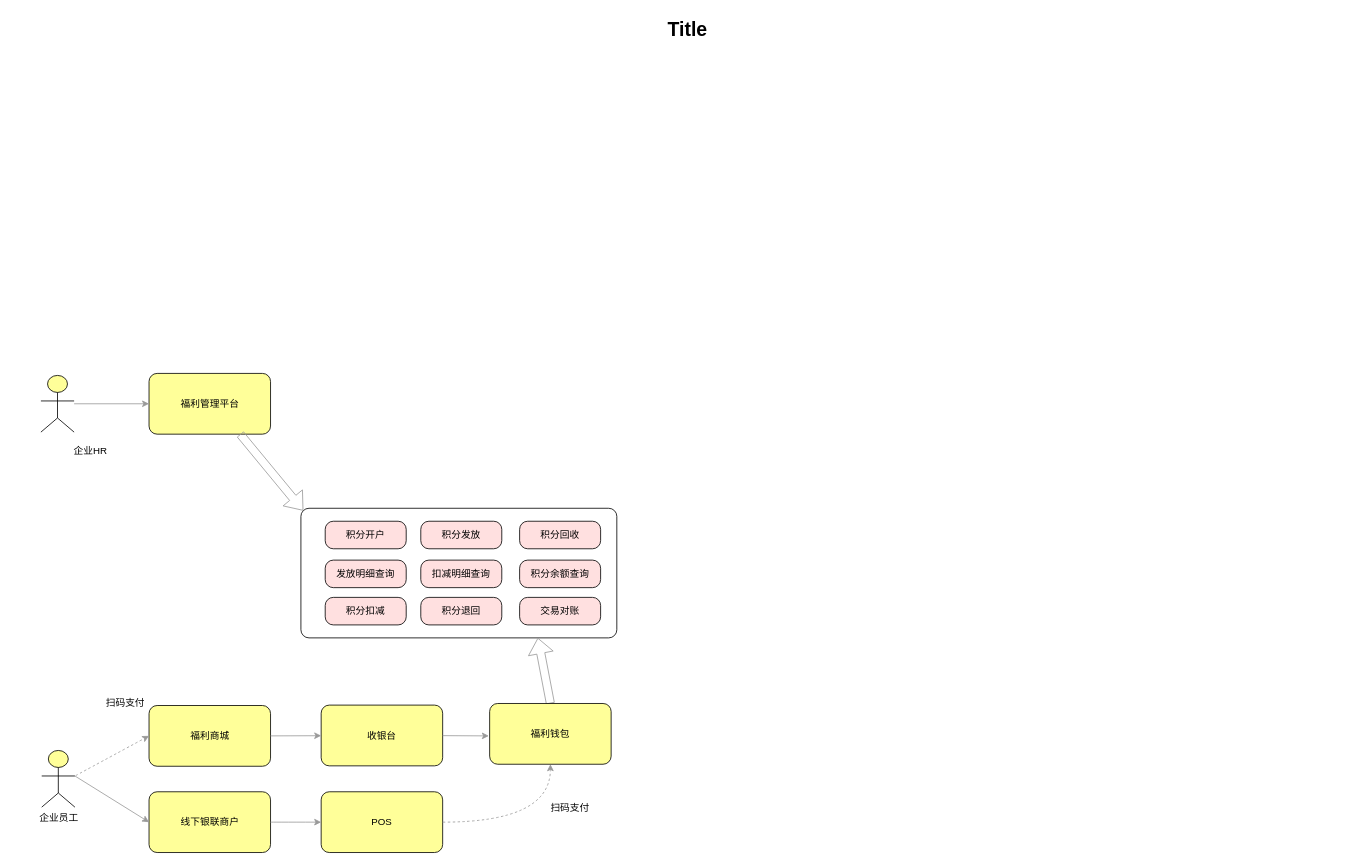
zzfox/pinpoint-issue keeps this draw.io diagram as 20180612-1708/gf-arch.drawio. Above is the earlier version. Source tidied: cells renumbered, new cells numbered last; positions are measured from the earlier drawing's top-left corner, leaving out a move shared by most shapes. Both pictures are drawn from the tidied source at 81%, with x=0, y=0 at pixel (33, 14).
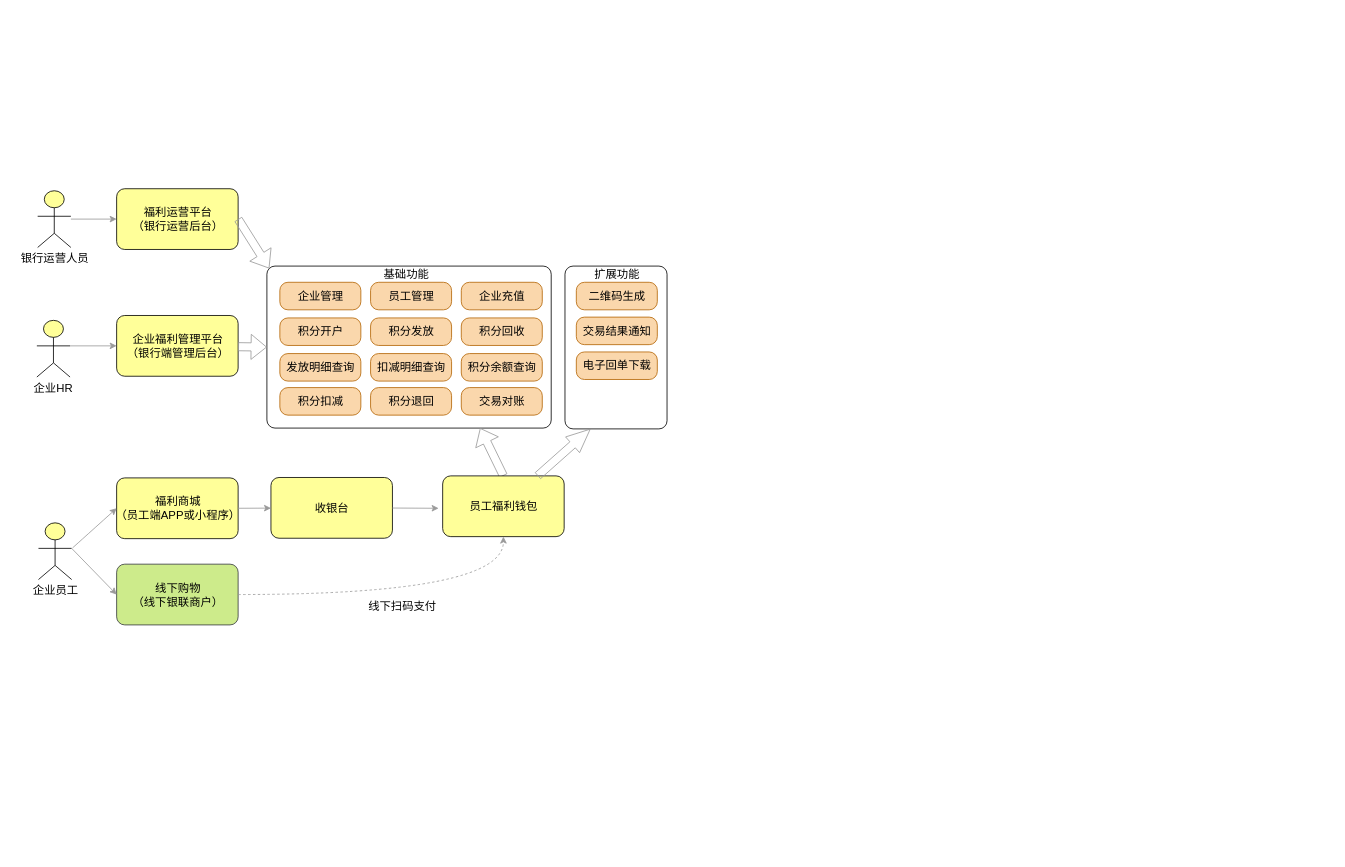
The same page after the edit.

Diff of the diagram source:
```diff
@@
-    <mxCell id="2" style="html=1;whiteSpace=wrap;fillColor=#ffff99;shape=mxgraph.archimate3.actor;fontSize=14;" parent="1" vertex="1">
-      <mxGeometry x="9" y="446" width="41" height="70" as="geometry" />
+    <mxCell id="2" style="html=1;fillColor=#ffff99;shape=mxgraph.archimate3.actor;fontSize=14;fontFamily=Helvetica;" parent="1" vertex="1">
+      <mxGeometry x="5" y="218" width="41" height="70" as="geometry" />
     </mxCell>
-    <mxCell id="3" value="Title" style="text;strokeColor=none;fillColor=none;html=1;fontSize=24;fontStyle=1;verticalAlign=middle;align=center;" parent="1" vertex="1">
-      <mxGeometry x="12" width="1590" height="40" as="geometry" />
-    </mxCell>
-    <mxCell id="4" value="福利管理平台" style="html=1;outlineConnect=0;whiteSpace=wrap;fillColor=#FFFF99;shape=mxgraph.archimate3.application;archiType=rounded;strokeColor=#000000;" parent="1" vertex="1">
-      <mxGeometry x="142.5" y="443.5" width="150" height="75" as="geometry" />
+    <mxCell id="4" value="福利运营平台&lt;br style=&quot;font-size: 14px;&quot;&gt;（银行运营后台）" style="html=1;outlineConnect=0;fillColor=#FFFF99;shape=mxgraph.archimate3.application;archiType=rounded;strokeColor=#000000;fontFamily=Helvetica;fontSize=14;" parent="1" vertex="1">
+      <mxGeometry x="102.5" y="215.5" width="150" height="75" as="geometry" />
     </mxCell>
-    <mxCell id="5" style="endArrow=classic;html=1;rounded=0;entryX=0;entryY=0.5;entryDx=0;entryDy=0;entryPerimeter=0;strokeColor=#999999;" parent="1" edge="1" source="2" target="4">
+    <mxCell id="5" style="endArrow=classic;html=1;rounded=0;entryX=0;entryY=0.5;entryDx=0;entryDy=0;entryPerimeter=0;strokeColor=#999999;fontFamily=Helvetica;fontSize=14;" parent="1" edge="1" source="2" target="4">
       <mxGeometry relative="1" as="geometry" />
     </mxCell>
-    <mxCell id="6" style="html=1;outlineConnect=0;whiteSpace=wrap;fillColor=#FFFFFF;shape=mxgraph.archimate3.application;archiType=rounded;strokeColor=#000000;" parent="1" vertex="1">
-      <mxGeometry x="330" y="610" width="390" height="160" as="geometry" />
+    <mxCell id="6" style="html=1;outlineConnect=0;fillColor=#FFFFFF;shape=mxgraph.archimate3.application;archiType=rounded;strokeColor=#000000;fontFamily=Helvetica;fontSize=14;" parent="1" vertex="1">
+      <mxGeometry x="288" y="311" width="351" height="200" as="geometry" />
     </mxCell>
-    <mxCell id="7" value="积分开户" style="html=1;whiteSpace=wrap;fillColor=#FFE0E0;shape=mxgraph.archimate3.application;archiType=rounded;strokeColor=#000000;" parent="1" vertex="1">
-      <mxGeometry x="360" y="626" width="100" height="34" as="geometry" />
+    <mxCell id="7" value="积分开户" style="html=1;fillColor=#fad7ac;shape=mxgraph.archimate3.application;archiType=rounded;strokeColor=#b46504;fontFamily=Helvetica;fontSize=14;" parent="1" vertex="1">
+      <mxGeometry x="304" y="375" width="100" height="34" as="geometry" />
     </mxCell>
-    <mxCell id="8" style="shape=flexArrow;endArrow=classic;html=1;rounded=0;strokeColor=#999999;entryX=0;entryY=0;entryDx=2.9;entryDy=2.9;entryPerimeter=0;width=10;endSize=6.29;exitX=0.75;exitY=1;exitDx=0;exitDy=0;exitPerimeter=0;" parent="1" edge="1" source="4" target="6">
+    <mxCell id="8" style="shape=flexArrow;endArrow=classic;html=1;rounded=0;strokeColor=#999999;width=10;endSize=6.29;exitX=1;exitY=0.5;exitDx=0;exitDy=0;exitPerimeter=0;fontFamily=Helvetica;fontSize=14;entryX=0;entryY=0;entryDx=2.9;entryDy=2.9;entryPerimeter=0;" parent="1" edge="1" source="4" target="6">
       <mxGeometry relative="1" as="geometry" />
     </mxCell>
-    <mxCell id="9" value="积分发放" style="html=1;whiteSpace=wrap;fillColor=#FFE0E0;shape=mxgraph.archimate3.application;archiType=rounded;strokeColor=#000000;" parent="1" vertex="1">
-      <mxGeometry x="478" y="626" width="100" height="34" as="geometry" />
+    <mxCell id="9" value="积分发放" style="html=1;fillColor=#fad7ac;shape=mxgraph.archimate3.application;archiType=rounded;strokeColor=#b46504;fontFamily=Helvetica;fontSize=14;" parent="1" vertex="1">
+      <mxGeometry x="416" y="375" width="100" height="34" as="geometry" />
     </mxCell>
-    <mxCell id="10" value="积分回收" style="html=1;whiteSpace=wrap;fillColor=#FFE0E0;shape=mxgraph.archimate3.application;archiType=rounded;strokeColor=#000000;" parent="1" vertex="1">
-      <mxGeometry x="600" y="626" width="100" height="34" as="geometry" />
+    <mxCell id="10" value="积分回收" style="html=1;fillColor=#fad7ac;shape=mxgraph.archimate3.application;archiType=rounded;strokeColor=#b46504;fontFamily=Helvetica;fontSize=14;" parent="1" vertex="1">
+      <mxGeometry x="528" y="375" width="100" height="34" as="geometry" />
     </mxCell>
-    <mxCell id="11" value="发放明细查询" style="html=1;whiteSpace=wrap;fillColor=#FFE0E0;shape=mxgraph.archimate3.application;archiType=rounded;strokeColor=#000000;" parent="1" vertex="1">
-      <mxGeometry x="360" y="674" width="100" height="34" as="geometry" />
+    <mxCell id="11" value="发放明细查询" style="html=1;fillColor=#fad7ac;shape=mxgraph.archimate3.application;archiType=rounded;strokeColor=#b46504;fontFamily=Helvetica;fontSize=14;" parent="1" vertex="1">
+      <mxGeometry x="304" y="419" width="100" height="34" as="geometry" />
     </mxCell>
-    <mxCell id="12" value="扣减明细查询" style="html=1;whiteSpace=wrap;fillColor=#FFE0E0;shape=mxgraph.archimate3.application;archiType=rounded;strokeColor=#000000;" parent="1" vertex="1">
-      <mxGeometry x="478" y="674" width="100" height="34" as="geometry" />
+    <mxCell id="12" value="扣减明细查询" style="html=1;fillColor=#fad7ac;shape=mxgraph.archimate3.application;archiType=rounded;strokeColor=#b46504;fontFamily=Helvetica;fontSize=14;" parent="1" vertex="1">
+      <mxGeometry x="416" y="419" width="100" height="34" as="geometry" />
     </mxCell>
-    <mxCell id="13" value="积分余额查询" style="html=1;whiteSpace=wrap;fillColor=#FFE0E0;shape=mxgraph.archimate3.application;archiType=rounded;strokeColor=#000000;" parent="1" vertex="1">
-      <mxGeometry x="600" y="674" width="100" height="34" as="geometry" />
+    <mxCell id="13" value="积分余额查询" style="html=1;fillColor=#fad7ac;shape=mxgraph.archimate3.application;archiType=rounded;strokeColor=#b46504;fontFamily=Helvetica;fontSize=14;" parent="1" vertex="1">
+      <mxGeometry x="528" y="419" width="100" height="34" as="geometry" />
     </mxCell>
-    <mxCell id="14" style="html=1;whiteSpace=wrap;fillColor=#ffff99;shape=mxgraph.archimate3.actor;fontSize=14;" parent="1" vertex="1">
-      <mxGeometry x="10" y="909" width="41" height="70" as="geometry" />
+    <mxCell id="14" style="html=1;fillColor=#ffff99;shape=mxgraph.archimate3.actor;fontSize=14;fontFamily=Helvetica;" parent="1" vertex="1">
+      <mxGeometry x="6" y="628" width="41" height="70" as="geometry" />
     </mxCell>
-    <mxCell id="15" value="福利商城" style="html=1;outlineConnect=0;whiteSpace=wrap;fillColor=#FFFF99;shape=mxgraph.archimate3.application;archiType=rounded;strokeColor=#000000;" parent="1" vertex="1">
-      <mxGeometry x="142.5" y="853.5" width="150" height="75" as="geometry" />
+    <mxCell id="15" value="福利商城&lt;br style=&quot;font-size: 14px;&quot;&gt;（员工端APP或小程序）" style="html=1;outlineConnect=0;fillColor=#FFFF99;shape=mxgraph.archimate3.application;archiType=rounded;strokeColor=#000000;fontFamily=Helvetica;fontSize=14;" parent="1" vertex="1">
+      <mxGeometry x="102.5" y="572.5" width="150" height="75" as="geometry" />
     </mxCell>
-    <mxCell id="16" value="收银台" style="html=1;outlineConnect=0;whiteSpace=wrap;fillColor=#FFFF99;shape=mxgraph.archimate3.application;archiType=rounded;strokeColor=#000000;" parent="1" vertex="1">
-      <mxGeometry x="355" y="853" width="150" height="75" as="geometry" />
+    <mxCell id="16" value="收银台" style="html=1;outlineConnect=0;fillColor=#FFFF99;shape=mxgraph.archimate3.application;archiType=rounded;strokeColor=#000000;fontFamily=Helvetica;fontSize=14;" parent="1" vertex="1">
+      <mxGeometry x="293" y="572" width="150" height="75" as="geometry" />
     </mxCell>
-    <mxCell id="17" value="积分扣减" style="html=1;whiteSpace=wrap;fillColor=#FFE0E0;shape=mxgraph.archimate3.application;archiType=rounded;strokeColor=#000000;" parent="1" vertex="1">
-      <mxGeometry x="360" y="720" width="100" height="34" as="geometry" />
+    <mxCell id="17" value="积分扣减" style="html=1;fillColor=#fad7ac;shape=mxgraph.archimate3.application;archiType=rounded;strokeColor=#b46504;fontFamily=Helvetica;fontSize=14;" parent="1" vertex="1">
+      <mxGeometry x="304" y="461" width="100" height="34" as="geometry" />
     </mxCell>
-    <mxCell id="18" value="积分退回" style="html=1;whiteSpace=wrap;fillColor=#FFE0E0;shape=mxgraph.archimate3.application;archiType=rounded;strokeColor=#000000;" parent="1" vertex="1">
-      <mxGeometry x="478" y="720" width="100" height="34" as="geometry" />
+    <mxCell id="18" value="积分退回" style="html=1;fillColor=#fad7ac;shape=mxgraph.archimate3.application;archiType=rounded;strokeColor=#b46504;fontFamily=Helvetica;fontSize=14;" parent="1" vertex="1">
+      <mxGeometry x="416" y="461" width="100" height="34" as="geometry" />
     </mxCell>
-    <mxCell id="19" value="&lt;span&gt;交易对账&lt;/span&gt;" style="html=1;whiteSpace=wrap;fillColor=#FFE0E0;shape=mxgraph.archimate3.application;archiType=rounded;strokeColor=#000000;" parent="1" vertex="1">
-      <mxGeometry x="600" y="720" width="100" height="34" as="geometry" />
+    <mxCell id="19" value="&lt;span style=&quot;font-size: 14px;&quot;&gt;交易对账&lt;/span&gt;" style="html=1;fillColor=#fad7ac;shape=mxgraph.archimate3.application;archiType=rounded;strokeColor=#b46504;fontFamily=Helvetica;fontSize=14;" parent="1" vertex="1">
+      <mxGeometry x="528" y="461" width="100" height="34" as="geometry" />
     </mxCell>
-    <mxCell id="20" style="endArrow=classic;html=1;rounded=0;strokeColor=#999999;exitX=1;exitY=0.5;exitDx=0;exitDy=0;exitPerimeter=0;" parent="1" edge="1" source="15" target="16">
+    <mxCell id="20" style="endArrow=classic;html=1;rounded=0;strokeColor=#999999;exitX=1;exitY=0.5;exitDx=0;exitDy=0;exitPerimeter=0;fontFamily=Helvetica;fontSize=14;" parent="1" edge="1" source="15" target="16">
       <mxGeometry relative="1" as="geometry" />
     </mxCell>
-    <mxCell id="21" style="shape=flexArrow;endArrow=classic;html=1;rounded=0;strokeColor=#999999;entryX=0.75;entryY=1;entryDx=0;entryDy=0;entryPerimeter=0;exitX=0.5;exitY=0;exitDx=0;exitDy=0;exitPerimeter=0;" parent="1" edge="1" source="24" target="6">
+    <mxCell id="21" style="shape=flexArrow;endArrow=classic;html=1;rounded=0;strokeColor=#999999;entryX=0.75;entryY=1;entryDx=0;entryDy=0;entryPerimeter=0;exitX=0.5;exitY=0;exitDx=0;exitDy=0;exitPerimeter=0;fontFamily=Helvetica;fontSize=14;" parent="1" edge="1" source="24" target="6">
       <mxGeometry relative="1" as="geometry" />
     </mxCell>
-    <mxCell id="22" value="企业HR" style="text;html=1;align=center;verticalAlign=middle;fillColor=none;strokeColor=none;rounded=0;" parent="1" vertex="1">
-      <mxGeometry x="40" y="530" width="60" height="20" as="geometry" />
+    <mxCell id="22" value="企业HR" style="text;html=1;align=center;verticalAlign=middle;fillColor=none;strokeColor=none;rounded=0;fontFamily=Helvetica;fontSize=14;" parent="1" vertex="1">
+      <mxGeometry x="-6.5" y="452" width="60" height="20" as="geometry" />
     </mxCell>
-    <mxCell id="23" value="企业员工" style="text;html=1;align=center;verticalAlign=middle;fillColor=none;strokeColor=none;rounded=0;" parent="1" vertex="1">
-      <mxGeometry x="0.5" y="981.5" width="60" height="20" as="geometry" />
+    <mxCell id="23" value="企业员工" style="text;html=1;align=center;verticalAlign=middle;fillColor=none;strokeColor=none;rounded=0;fontFamily=Helvetica;fontSize=14;" parent="1" vertex="1">
+      <mxGeometry x="-8.5" y="700.5" width="70" height="20" as="geometry" />
     </mxCell>
-    <mxCell id="24" value="福利钱包" style="html=1;outlineConnect=0;whiteSpace=wrap;fillColor=#FFFF99;shape=mxgraph.archimate3.application;archiType=rounded;strokeColor=#000000;" parent="1" vertex="1">
-      <mxGeometry x="563" y="851" width="150" height="75" as="geometry" />
+    <mxCell id="24" value="员工福利钱包" style="html=1;outlineConnect=0;fillColor=#FFFF99;shape=mxgraph.archimate3.application;archiType=rounded;strokeColor=#000000;fontFamily=Helvetica;fontSize=14;" parent="1" vertex="1">
+      <mxGeometry x="505" y="570" width="150" height="75" as="geometry" />
     </mxCell>
-    <mxCell id="25" style="endArrow=classic;html=1;rounded=0;strokeColor=#999999;exitX=1;exitY=0.5;exitDx=0;exitDy=0;exitPerimeter=0;" parent="1" edge="1">
+    <mxCell id="25" style="endArrow=classic;html=1;rounded=0;strokeColor=#999999;exitX=1;exitY=0.5;exitDx=0;exitDy=0;exitPerimeter=0;fontFamily=Helvetica;fontSize=14;" parent="1" edge="1">
       <mxGeometry relative="1" as="geometry">
-        <mxPoint x="505" y="890.7" as="sourcePoint" />
-        <mxPoint x="562" y="891" as="targetPoint" />
+        <mxPoint x="443" y="609.7" as="sourcePoint" />
+        <mxPoint x="500" y="610" as="targetPoint" />
       </mxGeometry>
     </mxCell>
-    <mxCell id="26" value="线下银联商户" style="html=1;outlineConnect=0;whiteSpace=wrap;fillColor=#FFFF99;shape=mxgraph.archimate3.application;archiType=rounded;strokeColor=#000000;" parent="1" vertex="1">
-      <mxGeometry x="142.5" y="960" width="150" height="75" as="geometry" />
+    <mxCell id="26" value="线下购物&lt;br style=&quot;font-size: 14px;&quot;&gt;（线下银联商户）" style="html=1;outlineConnect=0;fillColor=#cdeb8b;shape=mxgraph.archimate3.application;archiType=rounded;strokeColor=#36393d;fontFamily=Helvetica;fontSize=14;" parent="1" vertex="1">
+      <mxGeometry x="102.5" y="679" width="150" height="75" as="geometry" />
     </mxCell>
-    <mxCell id="27" value="POS" style="html=1;outlineConnect=0;whiteSpace=wrap;fillColor=#FFFF99;shape=mxgraph.archimate3.application;archiType=rounded;strokeColor=#000000;" parent="1" vertex="1">
-      <mxGeometry x="355" y="960" width="150" height="75" as="geometry" />
-    </mxCell>
-    <mxCell id="28" style="endArrow=classic;html=1;rounded=0;strokeColor=#999999;exitX=1;exitY=0.5;exitDx=0;exitDy=0;exitPerimeter=0;entryX=0.5;entryY=1;entryDx=0;entryDy=0;entryPerimeter=0;edgeStyle=orthogonalEdgeStyle;curved=1;dashed=1;" parent="1" edge="1" source="27" target="24">
+    <mxCell id="28" style="endArrow=classic;html=1;rounded=0;strokeColor=#999999;exitX=1;exitY=0.5;exitDx=0;exitDy=0;exitPerimeter=0;entryX=0.5;entryY=1;entryDx=0;entryDy=0;entryPerimeter=0;edgeStyle=orthogonalEdgeStyle;curved=1;dashed=1;fontFamily=Helvetica;fontSize=14;" parent="1" edge="1" source="26" target="24">
       <mxGeometry relative="1" as="geometry" />
     </mxCell>
-    <mxCell id="29" style="endArrow=classic;html=1;rounded=0;strokeColor=#999999;entryX=0;entryY=0.5;entryDx=0;entryDy=0;entryPerimeter=0;exitX=1;exitY=0.45;exitDx=0;exitDy=0;exitPerimeter=0;" parent="1" edge="1" source="14" target="26">
+    <mxCell id="29" style="endArrow=classic;html=1;rounded=0;strokeColor=#999999;entryX=0;entryY=0.5;entryDx=0;entryDy=0;entryPerimeter=0;exitX=1;exitY=0.45;exitDx=0;exitDy=0;exitPerimeter=0;fontFamily=Helvetica;fontSize=14;" parent="1" edge="1" source="14" target="26">
       <mxGeometry relative="1" as="geometry" />
     </mxCell>
-    <mxCell id="30" style="endArrow=classic;html=1;rounded=0;strokeColor=#999999;curved=1;entryX=0;entryY=0.5;entryDx=0;entryDy=0;entryPerimeter=0;" parent="1" edge="1" source="26" target="27">
-      <mxGeometry relative="1" as="geometry" />
-    </mxCell>
-    <mxCell id="31" value="扫码支付" style="text;html=1;align=center;verticalAlign=middle;fillColor=none;strokeColor=none;rounded=0;" parent="1" vertex="1">
-      <mxGeometry x="632" y="970" width="60" height="20" as="geometry" />
+    <mxCell id="31" value="线下扫码支付" style="text;html=1;align=center;verticalAlign=middle;fillColor=none;strokeColor=none;rounded=0;fontFamily=Helvetica;fontSize=14;" parent="1" vertex="1">
+      <mxGeometry x="405" y="720.5" width="100" height="20" as="geometry" />
     </mxCell>
-    <mxCell id="32" value="扫码支付" style="text;html=1;align=center;verticalAlign=middle;fillColor=none;strokeColor=none;rounded=0;" parent="1" vertex="1">
-      <mxGeometry x="82.5" y="840" width="60" height="20" as="geometry" />
-    </mxCell>
-    <mxCell id="33" style="endArrow=classic;html=1;rounded=0;dashed=1;strokeColor=#999999;curved=1;entryX=0;entryY=0.5;entryDx=0;entryDy=0;entryPerimeter=0;" parent="1" edge="1" target="15">
+    <mxCell id="33" style="endArrow=classic;html=1;rounded=0;strokeColor=#999999;curved=1;entryX=0;entryY=0.5;entryDx=0;entryDy=0;entryPerimeter=0;fontFamily=Helvetica;fontSize=14;" parent="1" edge="1" target="15">
       <mxGeometry relative="1" as="geometry">
-        <mxPoint x="52" y="940" as="sourcePoint" />
+        <mxPoint x="48" y="659" as="sourcePoint" />
       </mxGeometry>
     </mxCell>
+    <mxCell id="34" style="html=1;outlineConnect=0;fillColor=#FFFFFF;shape=mxgraph.archimate3.application;archiType=rounded;strokeColor=#000000;fontFamily=Helvetica;fontSize=14;" parent="1" vertex="1">
+      <mxGeometry x="656" y="311" width="126" height="201" as="geometry" />
+    </mxCell>
+    <mxCell id="35" value="二维码生成" style="html=1;fillColor=#fad7ac;shape=mxgraph.archimate3.application;archiType=rounded;strokeColor=#b46504;fontFamily=Helvetica;fontSize=14;" parent="1" vertex="1">
+      <mxGeometry x="670" y="331" width="100" height="34" as="geometry" />
+    </mxCell>
+    <mxCell id="36" value="交易结果通知" style="html=1;fillColor=#fad7ac;shape=mxgraph.archimate3.application;archiType=rounded;strokeColor=#b46504;fontFamily=Helvetica;fontSize=14;" parent="1" vertex="1">
+      <mxGeometry x="670" y="374" width="100" height="34" as="geometry" />
+    </mxCell>
+    <mxCell id="37" value="电子回单下载" style="html=1;fillColor=#fad7ac;shape=mxgraph.archimate3.application;archiType=rounded;strokeColor=#b46504;fontFamily=Helvetica;fontSize=14;" parent="1" vertex="1">
+      <mxGeometry x="670" y="417" width="100" height="34" as="geometry" />
+    </mxCell>
+    <mxCell id="38" value="基础功能" style="text;html=1;align=center;verticalAlign=middle;fillColor=none;strokeColor=none;rounded=0;fontFamily=Helvetica;fontSize=14;" parent="1" vertex="1">
+      <mxGeometry x="425" y="311" width="70" height="20" as="geometry" />
+    </mxCell>
+    <mxCell id="39" value="扩展功能" style="text;html=1;align=center;verticalAlign=middle;fillColor=none;strokeColor=none;rounded=0;fontFamily=Helvetica;fontSize=14;" parent="1" vertex="1">
+      <mxGeometry x="685" y="311" width="70" height="20" as="geometry" />
+    </mxCell>
+    <mxCell id="40" style="shape=flexArrow;endArrow=classic;html=1;rounded=0;strokeColor=#999999;entryX=0.25;entryY=1;entryDx=0;entryDy=0;entryPerimeter=0;endWidth=15;endSize=9.35;fontFamily=Helvetica;fontSize=14;" parent="1" edge="1" source="24" target="34">
+      <mxGeometry relative="1" as="geometry" />
+    </mxCell>
+    <mxCell id="41" value="企业管理" style="html=1;fillColor=#fad7ac;shape=mxgraph.archimate3.application;archiType=rounded;strokeColor=#b46504;fontFamily=Helvetica;fontSize=14;" parent="1" vertex="1">
+      <mxGeometry x="304" y="331" width="100" height="34" as="geometry" />
+    </mxCell>
+    <mxCell id="42" value="员工管理" style="html=1;fillColor=#fad7ac;shape=mxgraph.archimate3.application;archiType=rounded;strokeColor=#b46504;fontFamily=Helvetica;fontSize=14;" parent="1" vertex="1">
+      <mxGeometry x="416" y="331" width="100" height="34" as="geometry" />
+    </mxCell>
+    <mxCell id="43" value="企业充值" style="html=1;fillColor=#fad7ac;shape=mxgraph.archimate3.application;archiType=rounded;strokeColor=#b46504;fontFamily=Helvetica;fontSize=14;" parent="1" vertex="1">
+      <mxGeometry x="528" y="331" width="100" height="34" as="geometry" />
+    </mxCell>
+    <mxCell id="44" value="企业福利管理平台&lt;br style=&quot;font-size: 14px;&quot;&gt;（银行端管理后台）" style="html=1;outlineConnect=0;fillColor=#FFFF99;shape=mxgraph.archimate3.application;archiType=rounded;strokeColor=#000000;fontFamily=Helvetica;fontSize=14;" parent="1" vertex="1">
+      <mxGeometry x="102.5" y="372" width="150" height="75" as="geometry" />
+    </mxCell>
+    <mxCell id="45" style="html=1;fillColor=#ffff99;shape=mxgraph.archimate3.actor;fontSize=14;fontFamily=Helvetica;" parent="1" vertex="1">
+      <mxGeometry x="4" y="378" width="41" height="70" as="geometry" />
+    </mxCell>
+    <mxCell id="46" style="endArrow=classic;html=1;rounded=0;strokeColor=#999999;entryX=0;entryY=0.5;entryDx=0;entryDy=0;entryPerimeter=0;exitX=1;exitY=0.45;exitDx=0;exitDy=0;exitPerimeter=0;fontFamily=Helvetica;fontSize=14;" parent="1" edge="1" source="45" target="44">
+      <mxGeometry relative="1" as="geometry" />
+    </mxCell>
+    <mxCell id="47" value="银行运营人员" style="text;html=1;align=center;verticalAlign=middle;fillColor=none;strokeColor=none;rounded=0;fontFamily=Helvetica;fontSize=14;" parent="1" vertex="1">
+      <mxGeometry x="-24.5" y="290.5" width="100" height="20" as="geometry" />
+    </mxCell>
+    <mxCell id="48" style="shape=flexArrow;endArrow=classic;html=1;rounded=0;strokeColor=#999999;entryX=0;entryY=0.5;entryDx=0;entryDy=0;entryPerimeter=0;fontFamily=Helvetica;fontSize=14;" parent="1" edge="1" source="44" target="6">
+      <mxGeometry relative="1" as="geometry" />
+    </mxCell>
```
